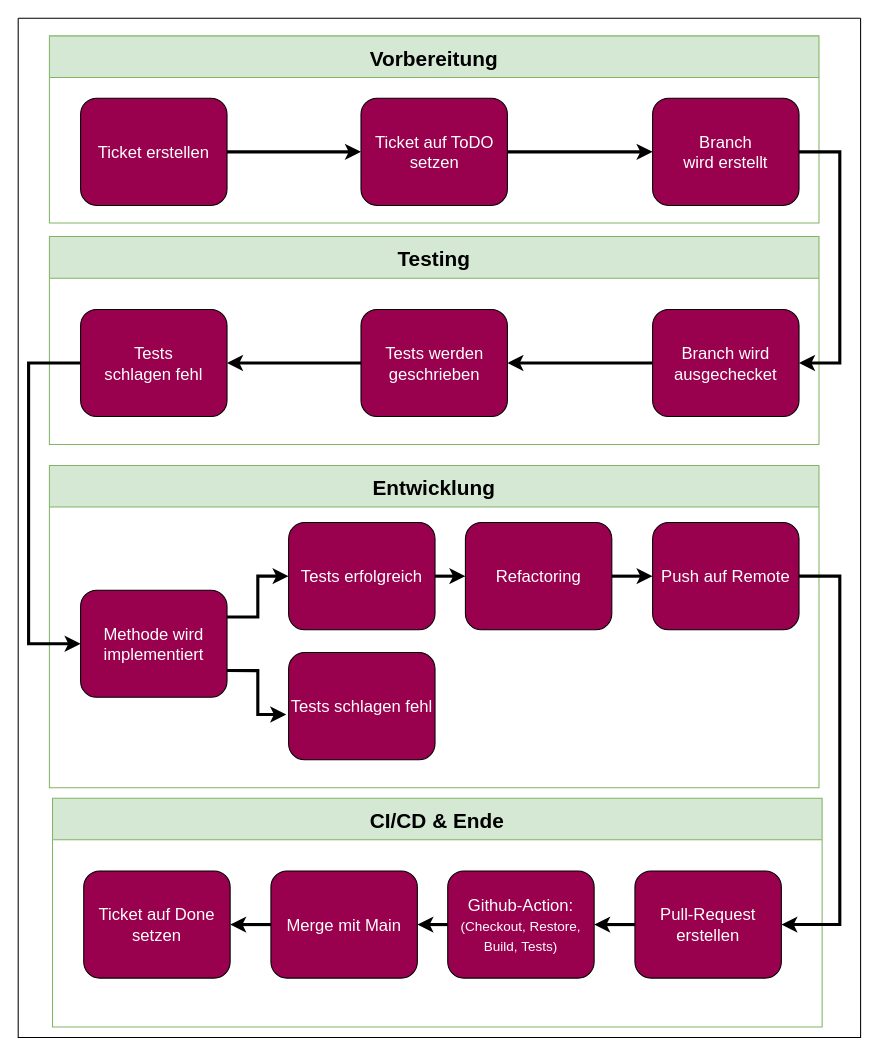
This is page "Ablauf" (2 of 4) of Parlivote.Shared/Documentation/Untitled Diagram.drawio from schnickalodeon/Parlivote, a draw.io file, before an edit. Source tidied: cells renumbered, new cells numbered last; positions are measured from the earlier drawing's top-left corner, leaving out a move shared by most shapes. Both pictures are drawn from the tidied source at 104%, with x=0, y=0 at pixel (18, 18).
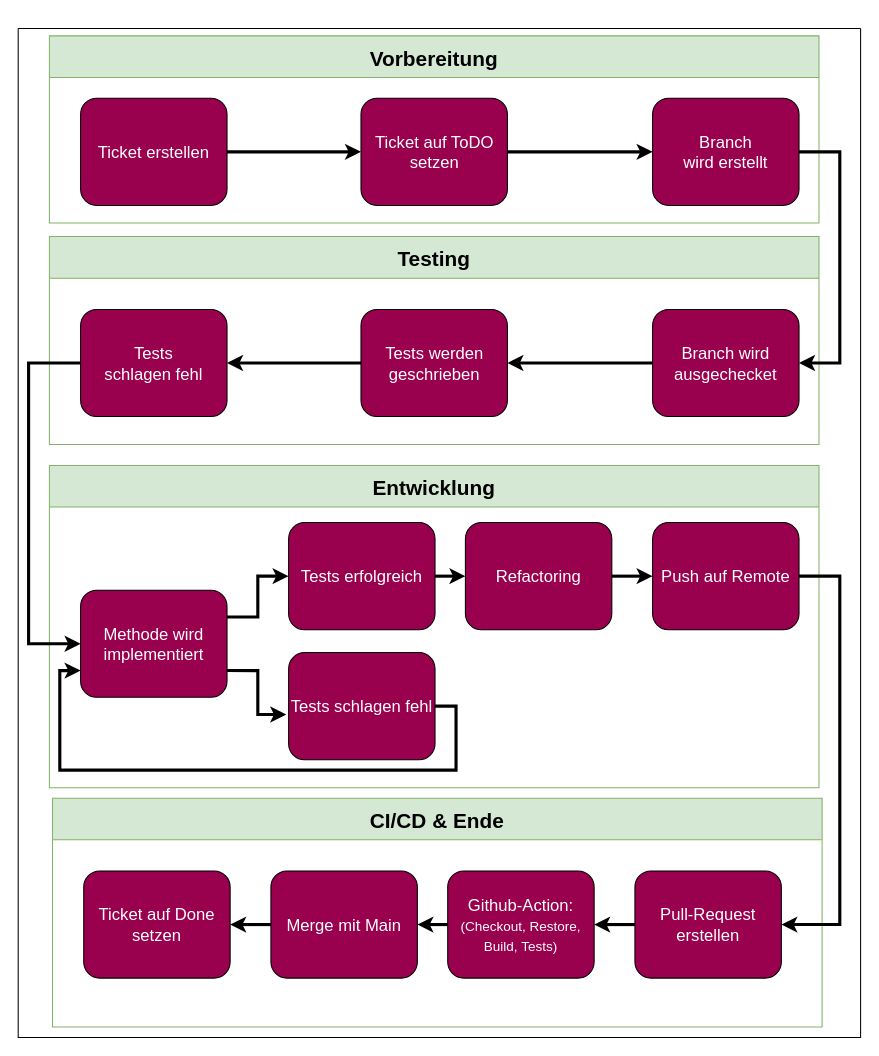
The same diagram, later.

Commit message:
Adds SystemArchitecture Diagramm

The change refers to these unchanged cells:
```xml
<mxCell id="14" value="Entwicklung" style="swimlane;fontSize=20;fillColor=#d5e8d4;startSize=40;strokeColor=#82b366;" parent="1" vertex="1">
  <mxGeometry x="30" y="430" width="740" height="310" as="geometry" />
</mxCell>
<mxCell id="21" value="Methode wird implementiert" style="whiteSpace=wrap;html=1;fontSize=16;fillColor=#99004D;fontColor=#FFFFFF;rounded=1;" parent="14" vertex="1">
  <mxGeometry x="30" y="120" width="140.8" height="103" as="geometry" />
</mxCell>
<mxCell id="22" value="Tests schlagen fehl" style="whiteSpace=wrap;html=1;fontSize=16;fillColor=#99004D;rounded=1;fontColor=#FFFFFF;" parent="14" vertex="1">
  <mxGeometry x="230" y="180" width="140.8" height="103" as="geometry" />
</mxCell>
```

Change to the diagram source:
```diff
@@
+    <mxCell id="36" style="edgeStyle=orthogonalEdgeStyle;rounded=0;jettySize=auto;html=1;exitX=1;exitY=0.5;exitDx=0;exitDy=0;entryX=0;entryY=0.75;entryDx=0;entryDy=0;fontSize=25;fontColor=#990099;strokeColor=#000000;strokeWidth=3;" parent="14" edge="1" source="22" target="21">
+      <mxGeometry relative="1" as="geometry">
+        <Array as="points">
+          <mxPoint x="391" y="231" />
+          <mxPoint x="391" y="293" />
+          <mxPoint x="10" y="293" />
+          <mxPoint x="10" y="197" />
+        </Array>
+      </mxGeometry>
+    </mxCell>
@@
     <mxCell id="34" style="swimlane;startSize=0;fontSize=13;fontColor=#FFFFFF;strokeColor=#000000;fillColor=#99004D;strokeWidth=1;" parent="1" vertex="1">
-      <mxGeometry width="810" height="980" as="geometry" />
+      <mxGeometry y="10" width="810" height="970" as="geometry" />
     </mxCell>
```
